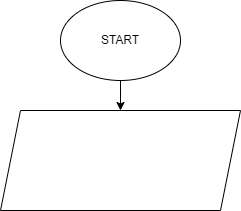
This is Task1/Task1.drawio.png from Alex05524/Seminar001, a draw.io export, as it was before one commit. Source tidied: cells renumbered, new cells last; positions are measured from the earlier drawing's top-left corner, leaving out a move shared by most shapes. The source it was exported from:
```xml
<mxGraphModel>
  <root>
    <mxCell id="0" />
    <mxCell id="1" parent="0" />
    <mxCell id="2" style="edgeStyle=none;html=1;" parent="1" edge="1" source="3" target="4">
      <mxGeometry relative="1" as="geometry" />
    </mxCell>
    <mxCell id="3" value="START" style="ellipse;whiteSpace=wrap;html=1;" parent="1" vertex="1">
      <mxGeometry x="60" width="120" height="80" as="geometry" />
    </mxCell>
    <mxCell id="4" style="shape=parallelogram;perimeter=parallelogramPerimeter;whiteSpace=wrap;html=1;fixedSize=1;" parent="1" vertex="1">
      <mxGeometry y="110" width="240" height="100" as="geometry" />
    </mxCell>
  </root>
</mxGraphModel>
```
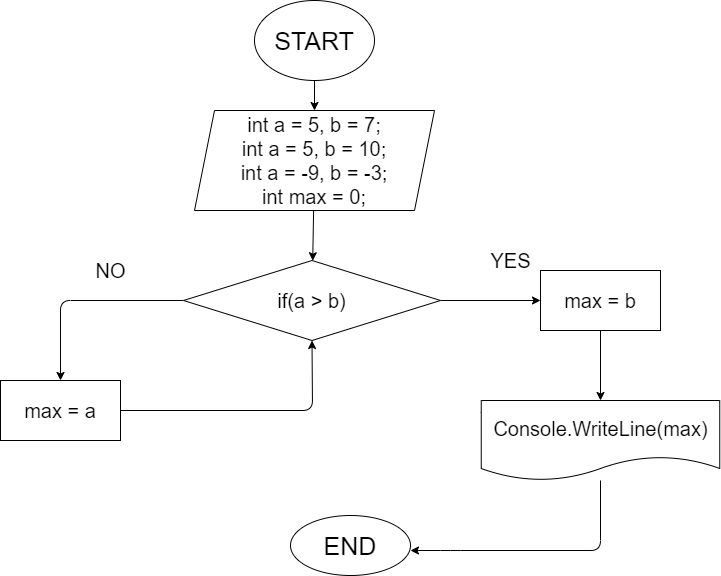
The same diagram one commit later.

Diff of the diagram source:
```diff
@@ -5,11 +5,64 @@
     <mxCell id="2" style="edgeStyle=none;html=1;" parent="1" edge="1" source="3" target="4">
       <mxGeometry relative="1" as="geometry" />
     </mxCell>
-    <mxCell id="3" value="START" style="ellipse;whiteSpace=wrap;html=1;" parent="1" vertex="1">
+    <mxCell id="3" value="&lt;font style=&quot;font-size: 25px&quot;&gt;START&lt;/font&gt;" style="ellipse;whiteSpace=wrap;html=1;" parent="1" vertex="1">
       <mxGeometry x="60" width="120" height="80" as="geometry" />
     </mxCell>
+    <mxCell id="5" style="edgeStyle=none;html=1;fontSize=25;" parent="1" edge="1" source="4" target="8">
+      <mxGeometry relative="1" as="geometry" />
+    </mxCell>
-    <mxCell id="4" style="shape=parallelogram;perimeter=parallelogramPerimeter;whiteSpace=wrap;html=1;fixedSize=1;" parent="1" vertex="1">
+    <mxCell id="4" value="&lt;font style=&quot;font-size: 20px&quot;&gt;int a = 5, b = 7;&lt;br&gt;int a = 5, b = 10;&lt;br&gt;int a = -9, b = -3;&lt;br&gt;int max = 0;&lt;/font&gt;" style="shape=parallelogram;perimeter=parallelogramPerimeter;whiteSpace=wrap;html=1;fixedSize=1;" parent="1" vertex="1">
       <mxGeometry y="110" width="240" height="100" as="geometry" />
     </mxCell>
+    <mxCell id="6" style="edgeStyle=none;html=1;fontSize=20;" parent="1" edge="1" source="8" target="10">
+      <mxGeometry relative="1" as="geometry" />
+    </mxCell>
+    <mxCell id="7" style="edgeStyle=none;html=1;exitX=0;exitY=0.5;exitDx=0;exitDy=0;entryX=0.5;entryY=0;entryDx=0;entryDy=0;fontSize=20;" parent="1" edge="1" source="8" target="13">
+      <mxGeometry relative="1" as="geometry">
+        <Array as="points">
+          <mxPoint x="-134" y="300" />
+        </Array>
+      </mxGeometry>
+    </mxCell>
+    <mxCell id="8" value="&lt;font style=&quot;font-size: 20px&quot;&gt;if(a &amp;gt; b)&lt;/font&gt;" style="rhombus;whiteSpace=wrap;html=1;" parent="1" vertex="1">
+      <mxGeometry x="-11" y="260" width="257" height="80" as="geometry" />
+    </mxCell>
+    <mxCell id="9" style="edgeStyle=none;html=1;fontSize=20;" parent="1" edge="1" source="10" target="16">
+      <mxGeometry relative="1" as="geometry" />
+    </mxCell>
+    <mxCell id="10" value="&lt;font style=&quot;font-size: 20px&quot;&gt;max = b&lt;/font&gt;" style="whiteSpace=wrap;html=1;" parent="1" vertex="1">
+      <mxGeometry x="346" y="270" width="120" height="60" as="geometry" />
+    </mxCell>
+    <mxCell id="11" value="YES" style="text;html=1;align=center;verticalAlign=middle;strokeColor=none;fillColor=none;fontSize=20;" parent="1" vertex="1">
+      <mxGeometry x="286" y="245" width="60" height="30" as="geometry" />
+    </mxCell>
+    <mxCell id="12" style="edgeStyle=none;html=1;exitX=1;exitY=0.5;exitDx=0;exitDy=0;entryX=0.5;entryY=1;entryDx=0;entryDy=0;fontSize=20;" parent="1" edge="1" source="13" target="8">
+      <mxGeometry relative="1" as="geometry">
+        <Array as="points">
+          <mxPoint x="118" y="410" />
+        </Array>
+      </mxGeometry>
+    </mxCell>
+    <mxCell id="13" value="&lt;font style=&quot;font-size: 20px&quot;&gt;max = a&lt;/font&gt;" style="whiteSpace=wrap;html=1;" parent="1" vertex="1">
+      <mxGeometry x="-194" y="380" width="120" height="60" as="geometry" />
+    </mxCell>
+    <mxCell id="14" value="NO" style="text;html=1;align=center;verticalAlign=middle;strokeColor=none;fillColor=none;fontSize=20;" parent="1" vertex="1">
+      <mxGeometry x="-109" y="255" width="50" height="30" as="geometry" />
+    </mxCell>
+    <mxCell id="15" style="edgeStyle=none;html=1;fontSize=20;" parent="1" edge="1" source="16">
+      <mxGeometry relative="1" as="geometry">
+        <mxPoint x="216" y="550" as="targetPoint" />
+        <Array as="points">
+          <mxPoint x="406" y="550" />
+          <mxPoint x="256" y="550" />
+        </Array>
+      </mxGeometry>
+    </mxCell>
+    <mxCell id="16" value="&lt;font style=&quot;font-size: 20px&quot;&gt;Console.WriteLine(max)&lt;/font&gt;" style="shape=document;whiteSpace=wrap;html=1;boundedLbl=1;" parent="1" vertex="1">
+      <mxGeometry x="286.8" y="400" width="238.5" height="80" as="geometry" />
+    </mxCell>
+    <mxCell id="17" value="&lt;font style=&quot;font-size: 25px&quot;&gt;END&lt;/font&gt;" style="ellipse;whiteSpace=wrap;html=1;" parent="1" vertex="1">
+      <mxGeometry x="96" y="515" width="120" height="60" as="geometry" />
+    </mxCell>
   </root>
 </mxGraphModel>
```
